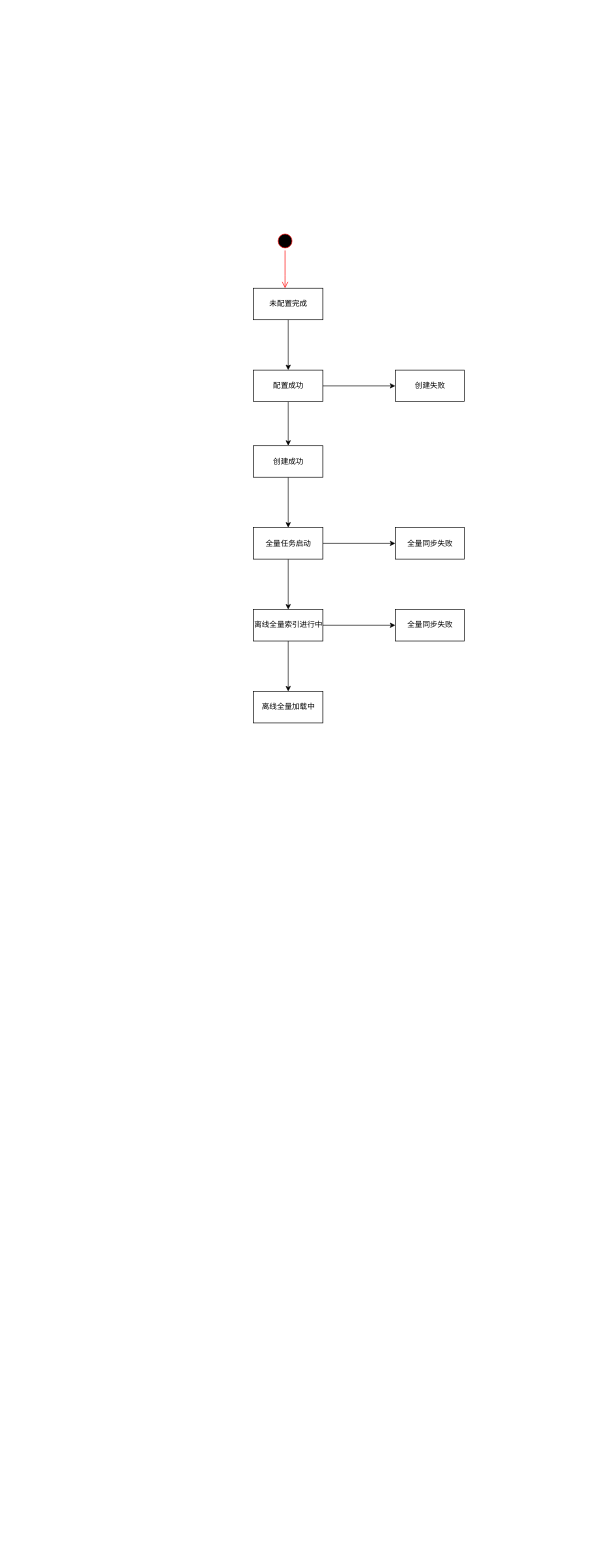
Above: bos-web状态机.drawio in yindongjun/drawio-3 (draw.io), before the change. Source tidied: cells renumbered, new cells numbered last; positions are measured from the earlier drawing's top-left corner, leaving out a move shared by most shapes. Both pictures are drawn from the tidied source at 63%, with x=0, y=0 at pixel (253, 231).
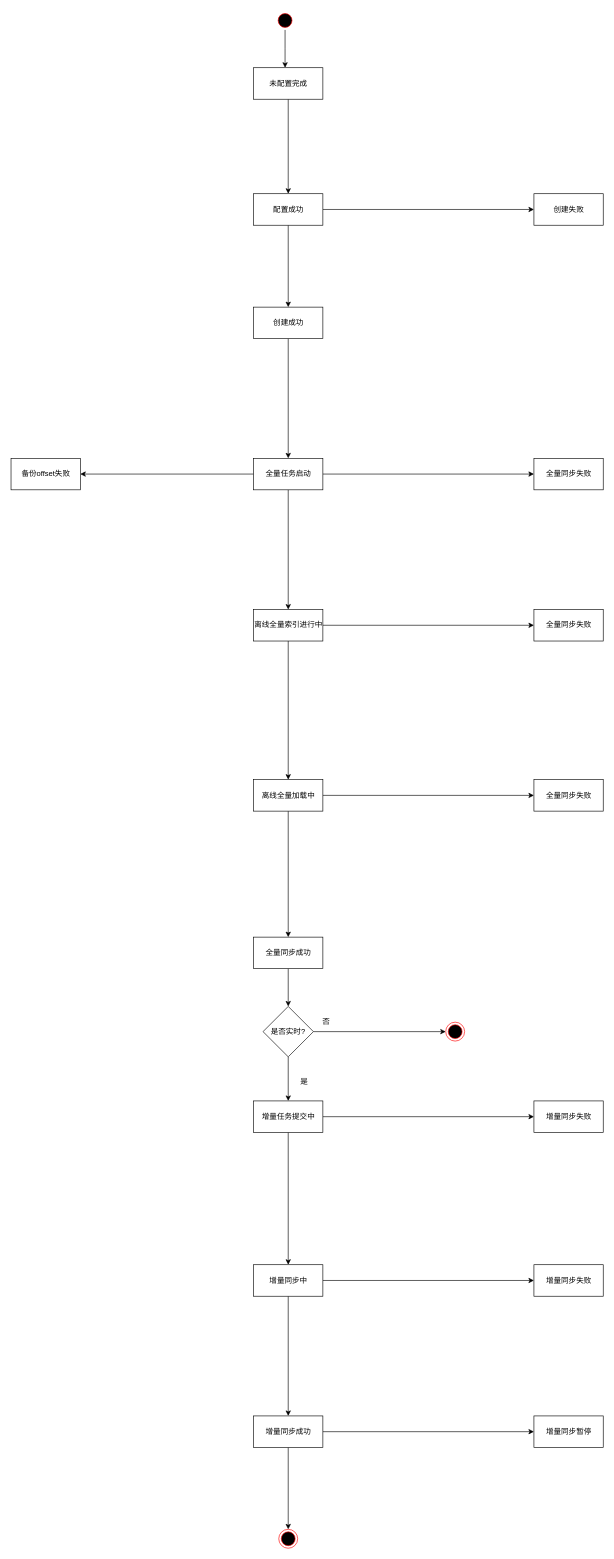
The same page after the edit.

Diff of the diagram source:
```diff
@@
+    <mxCell id="21" style="edgeStyle=orthogonalEdgeStyle;rounded=0;jettySize=auto;html=1;" parent="1" edge="1" source="2">
+      <mxGeometry relative="1" as="geometry">
+        <mxPoint x="50" y="-260" as="targetPoint" />
+      </mxGeometry>
+    </mxCell>
     <mxCell id="2" style="ellipse;html=1;shape=startState;fillColor=#000000;strokeColor=#ff0000;" parent="1" vertex="1">
-      <mxGeometry x="35" width="30" height="30" as="geometry" />
+      <mxGeometry x="35" y="-350" width="30" height="30" as="geometry" />
     </mxCell>
-    <mxCell id="3" style="edgeStyle=orthogonalEdgeStyle;html=1;verticalAlign=bottom;endArrow=open;endSize=8;strokeColor=#ff0000;" parent="1" edge="1" source="2">
-      <mxGeometry relative="1" as="geometry">
-        <mxPoint x="50" y="90" as="targetPoint" />
-      </mxGeometry>
-    </mxCell>
@@
     <mxCell id="5" value="未配置完成" style="html=1;" parent="1" vertex="1">
-      <mxGeometry y="90" width="110" height="50" as="geometry" />
+      <mxGeometry y="-260" width="110" height="50" as="geometry" />
     </mxCell>
@@
     <mxCell id="8" value="配置成功" style="html=1;" parent="1" vertex="1">
-      <mxGeometry y="220" width="110" height="50" as="geometry" />
+      <mxGeometry y="-60" width="110" height="50" as="geometry" />
     </mxCell>
@@
     <mxCell id="10" value="创建成功" style="html=1;" parent="1" vertex="1">
-      <mxGeometry y="340" width="110" height="50" as="geometry" />
+      <mxGeometry y="120" width="110" height="50" as="geometry" />
     </mxCell>
     <mxCell id="11" value="创建失败" style="html=1;" parent="1" vertex="1">
-      <mxGeometry x="225" y="220" width="110" height="50" as="geometry" />
+      <mxGeometry x="445" y="-60" width="110" height="50" as="geometry" />
     </mxCell>
@@
+    <mxCell id="22" style="edgeStyle=orthogonalEdgeStyle;rounded=0;jettySize=auto;html=1;" parent="1" edge="1" source="14" target="45">
+      <mxGeometry relative="1" as="geometry" />
+    </mxCell>
     <mxCell id="14" value="全量任务启动" style="html=1;" parent="1" vertex="1">
-      <mxGeometry y="470" width="110" height="50" as="geometry" />
+      <mxGeometry y="360" width="110" height="50" as="geometry" />
     </mxCell>
     <mxCell id="15" value="全量同步失败" style="html=1;" parent="1" vertex="1">
-      <mxGeometry x="225" y="470" width="110" height="50" as="geometry" />
+      <mxGeometry x="445" y="360" width="110" height="50" as="geometry" />
     </mxCell>
@@
     <mxCell id="19" value="全量同步失败" style="html=1;" parent="1" vertex="1">
-      <mxGeometry x="225" y="600" width="110" height="50" as="geometry" />
+      <mxGeometry x="445" y="600" width="110" height="50" as="geometry" />
     </mxCell>
+    <mxCell id="23" style="edgeStyle=orthogonalEdgeStyle;rounded=0;jettySize=auto;html=1;" parent="1" edge="1" source="20" target="25">
+      <mxGeometry relative="1" as="geometry" />
+    </mxCell>
+    <mxCell id="24" style="edgeStyle=orthogonalEdgeStyle;rounded=0;jettySize=auto;html=1;" parent="1" edge="1" source="20" target="27">
+      <mxGeometry relative="1" as="geometry" />
+    </mxCell>
     <mxCell id="20" value="离线全量加载中" style="html=1;" parent="1" vertex="1">
-      <mxGeometry y="730" width="110" height="50" as="geometry" />
+      <mxGeometry y="870" width="110" height="50" as="geometry" />
     </mxCell>
+    <mxCell id="25" value="全量同步失败" style="html=1;" parent="1" vertex="1">
+      <mxGeometry x="445" y="870" width="110" height="50" as="geometry" />
+    </mxCell>
+    <mxCell id="26" style="edgeStyle=orthogonalEdgeStyle;rounded=0;jettySize=auto;html=1;" parent="1" edge="1" source="27" target="30">
+      <mxGeometry relative="1" as="geometry" />
+    </mxCell>
+    <mxCell id="27" value="全量同步成功" style="html=1;" parent="1" vertex="1">
+      <mxGeometry y="1120" width="110" height="50" as="geometry" />
+    </mxCell>
+    <mxCell id="28" style="edgeStyle=orthogonalEdgeStyle;rounded=0;jettySize=auto;html=1;entryX=0;entryY=0.5;entryDx=0;entryDy=0;" parent="1" edge="1" source="30" target="32">
+      <mxGeometry relative="1" as="geometry" />
+    </mxCell>
+    <mxCell id="29" style="edgeStyle=orthogonalEdgeStyle;rounded=0;jettySize=auto;html=1;entryX=0.5;entryY=0;entryDx=0;entryDy=0;" parent="1" edge="1" source="30" target="35">
+      <mxGeometry relative="1" as="geometry" />
+    </mxCell>
+    <mxCell id="30" value="是否实时?" style="rhombus;whiteSpace=wrap;html=1;" parent="1" vertex="1">
+      <mxGeometry x="15" y="1230" width="80" height="80" as="geometry" />
+    </mxCell>
+    <mxCell id="31" value="否" style="text;html=1;align=center;verticalAlign=middle;" parent="1" vertex="1">
+      <mxGeometry x="100" y="1245" width="30" height="20" as="geometry" />
+    </mxCell>
+    <mxCell id="32" style="ellipse;html=1;shape=endState;fillColor=#000000;strokeColor=#ff0000;" parent="1" vertex="1">
+      <mxGeometry x="305" y="1255" width="30" height="30" as="geometry" />
+    </mxCell>
+    <mxCell id="33" style="edgeStyle=orthogonalEdgeStyle;rounded=0;jettySize=auto;html=1;" parent="1" edge="1" source="35" target="39">
+      <mxGeometry relative="1" as="geometry" />
+    </mxCell>
+    <mxCell id="34" style="edgeStyle=orthogonalEdgeStyle;rounded=0;jettySize=auto;html=1;" parent="1" edge="1" source="35" target="40">
+      <mxGeometry relative="1" as="geometry" />
+    </mxCell>
+    <mxCell id="35" value="增量任务提交中" style="html=1;" parent="1" vertex="1">
+      <mxGeometry y="1380" width="110" height="50" as="geometry" />
+    </mxCell>
+    <mxCell id="36" value="是" style="text;html=1;align=center;verticalAlign=middle;" parent="1" vertex="1">
+      <mxGeometry x="65" y="1340" width="30" height="20" as="geometry" />
+    </mxCell>
+    <mxCell id="37" style="edgeStyle=orthogonalEdgeStyle;rounded=0;jettySize=auto;html=1;" parent="1" edge="1" source="39" target="43">
+      <mxGeometry relative="1" as="geometry" />
+    </mxCell>
+    <mxCell id="38" style="edgeStyle=orthogonalEdgeStyle;rounded=0;jettySize=auto;html=1;" parent="1" edge="1" source="39" target="44">
+      <mxGeometry relative="1" as="geometry" />
+    </mxCell>
+    <mxCell id="39" value="增量同步中" style="html=1;" parent="1" vertex="1">
+      <mxGeometry y="1640" width="110" height="50" as="geometry" />
+    </mxCell>
+    <mxCell id="40" value="增量同步失败" style="html=1;" parent="1" vertex="1">
+      <mxGeometry x="445" y="1380" width="110" height="50" as="geometry" />
+    </mxCell>
+    <mxCell id="41" style="edgeStyle=orthogonalEdgeStyle;rounded=0;jettySize=auto;html=1;" parent="1" edge="1" source="43" target="46">
+      <mxGeometry relative="1" as="geometry" />
+    </mxCell>
+    <mxCell id="42" style="edgeStyle=orthogonalEdgeStyle;rounded=0;jettySize=auto;html=1;entryX=0.5;entryY=0;entryDx=0;entryDy=0;" parent="1" edge="1" source="43" target="47">
+      <mxGeometry relative="1" as="geometry" />
+    </mxCell>
+    <mxCell id="43" value="增量同步成功" style="html=1;" parent="1" vertex="1">
+      <mxGeometry y="1880" width="110" height="50" as="geometry" />
+    </mxCell>
+    <mxCell id="44" value="增量同步失败" style="html=1;" parent="1" vertex="1">
+      <mxGeometry x="445" y="1640" width="110" height="50" as="geometry" />
+    </mxCell>
+    <mxCell id="45" value="备份offset失败" style="html=1;" parent="1" vertex="1">
+      <mxGeometry x="-385" y="360" width="110" height="50" as="geometry" />
+    </mxCell>
+    <mxCell id="46" value="增量同步暂停" style="html=1;" parent="1" vertex="1">
+      <mxGeometry x="445" y="1880" width="110" height="50" as="geometry" />
+    </mxCell>
+    <mxCell id="47" style="ellipse;html=1;shape=endState;fillColor=#000000;strokeColor=#ff0000;" parent="1" vertex="1">
+      <mxGeometry x="40" y="2060" width="30" height="30" as="geometry" />
+    </mxCell>
```
